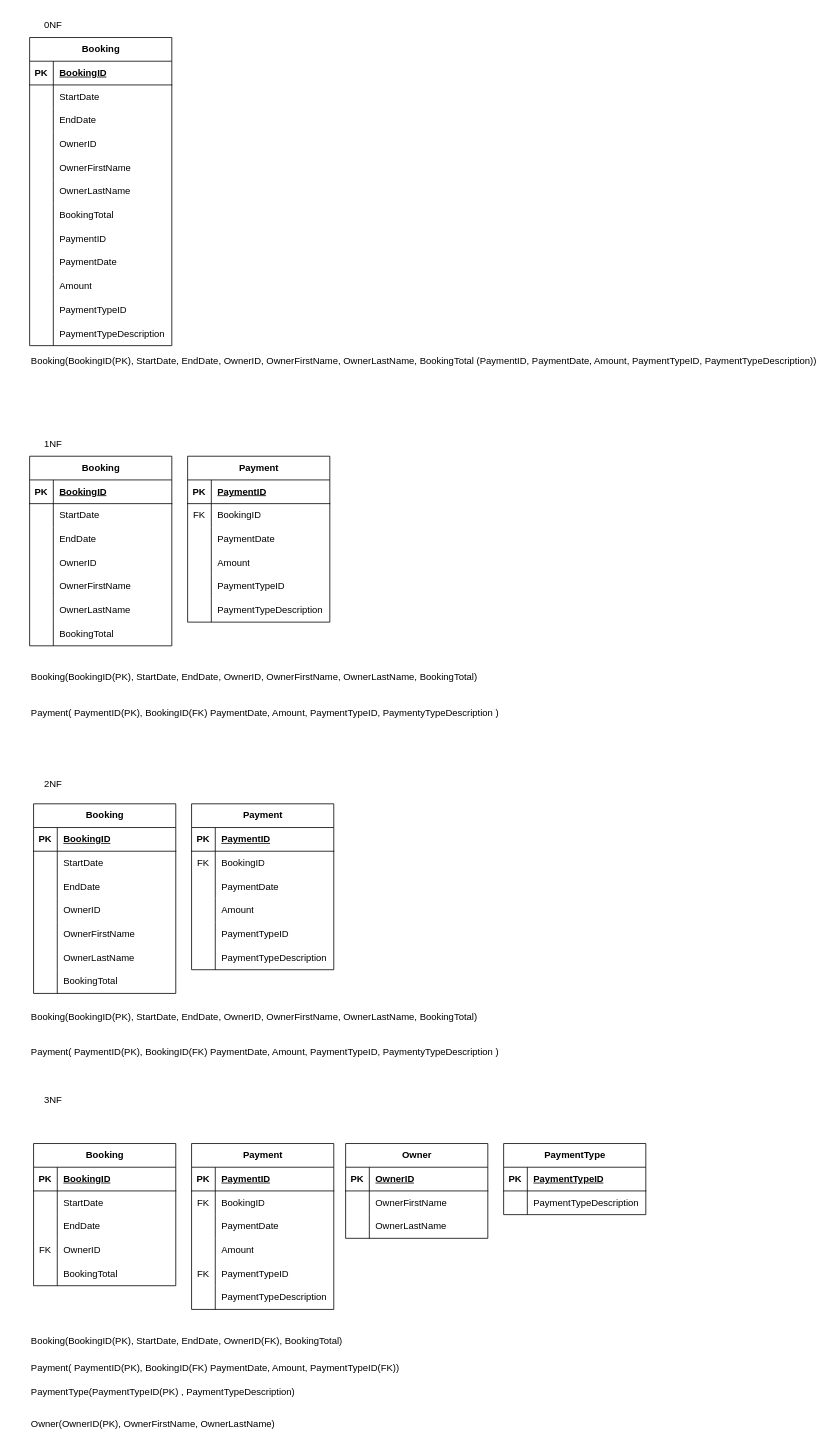
Above: Assignment 1 - DUE OCT 2/Assignment1_James_Jaffray/View1withTables.drawio in James-Jaffray/Database_Fundamentals_in_Class (draw.io), before the change. Source tidied: cells renumbered, new cells numbered last; positions are measured from the earlier drawing's top-left corner, leaving out a move shared by most shapes. Both pictures are drawn from the tidied source at 79%, with x=0, y=0 at pixel (29, 13).
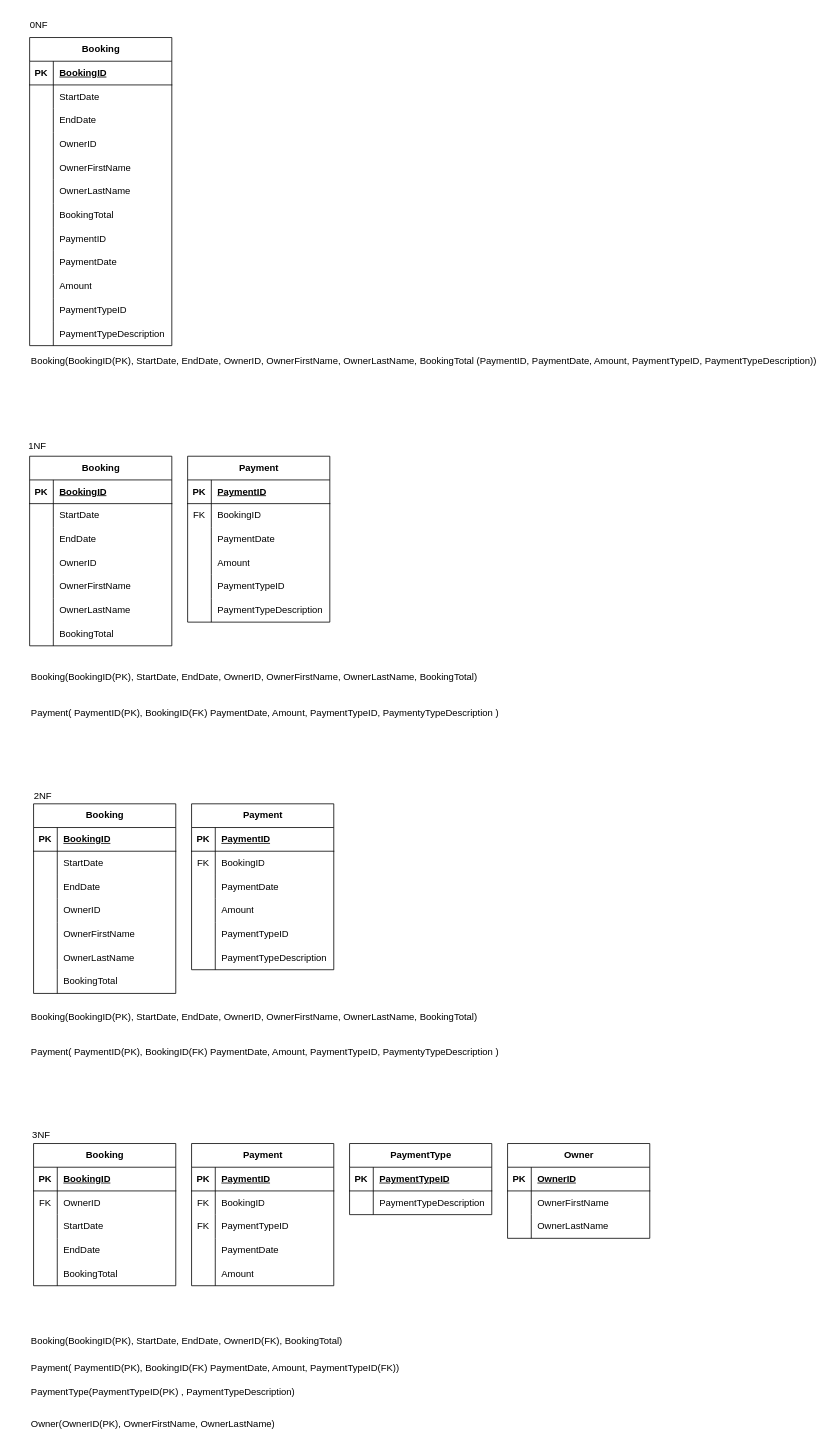
The same diagram, later.

The change refers to these unchanged cells:
```xml
<mxCell id="134" value="Booking" style="shape=table;startSize=30;childLayout=tableLayout;rowLines=0;fontStyle=1;align=center;html=1;" parent="1" vertex="1">
  <mxGeometry x="5" y="1430" width="180" height="180" as="geometry" />
</mxCell>
```

Change to the diagram source:
```diff
@@
     <mxCell id="2" value="0NF" style="text;html=1;whiteSpace=wrap;strokeColor=none;fillColor=none;align=center;verticalAlign=middle;rounded=0;" parent="1" vertex="1">
-      <mxGeometry width="60" height="30" as="geometry" />
+      <mxGeometry x="-18" width="60" height="30" as="geometry" />
     </mxCell>
@@
     <mxCell id="4" value="1NF" style="text;html=1;whiteSpace=wrap;strokeColor=none;fillColor=none;align=center;verticalAlign=middle;rounded=0;" parent="1" vertex="1">
-      <mxGeometry y="530" width="60" height="30" as="geometry" />
+      <mxGeometry x="-20" y="532" width="60" height="30" as="geometry" />
     </mxCell>
@@
     <mxCell id="7" value="2NF" style="text;html=1;whiteSpace=wrap;strokeColor=none;fillColor=none;align=center;verticalAlign=middle;rounded=0;" parent="1" vertex="1">
-      <mxGeometry y="960" width="60" height="30" as="geometry" />
+      <mxGeometry x="-13" y="975" width="60" height="30" as="geometry" />
     </mxCell>
@@
     <mxCell id="10" value="3NF" style="text;html=1;whiteSpace=wrap;strokeColor=none;fillColor=none;align=center;verticalAlign=middle;rounded=0;" parent="1" vertex="1">
-      <mxGeometry y="1360" width="60" height="30" as="geometry" />
+      <mxGeometry x="-15" y="1404" width="60" height="30" as="geometry" />
     </mxCell>
@@
+    <mxCell id="144" style="shape=tableRow;horizontal=0;startSize=0;swimlaneHead=0;swimlaneBody=0;fillColor=none;top=0;left=0;right=0;bottom=0;" parent="134" vertex="1">
+      <mxGeometry y="60" width="180" height="30" as="geometry" />
+    </mxCell>
+    <mxCell id="145" value="FK" style="shape=partialRectangle;fillColor=none;top=0;left=0;bottom=0;right=0;overflow=hidden;whiteSpace=wrap;html=1;" parent="144" vertex="1">
+      <mxGeometry width="30" height="30" as="geometry" />
+    </mxCell>
+    <mxCell id="146" value="OwnerID" style="shape=partialRectangle;fillColor=none;top=0;left=0;bottom=0;right=0;align=left;spacingLeft=6;overflow=hidden;whiteSpace=wrap;html=1;" parent="144" vertex="1">
+      <mxGeometry x="30" width="150" height="30" as="geometry" />
+    </mxCell>
     <mxCell id="138" style="shape=tableRow;horizontal=0;startSize=0;swimlaneHead=0;swimlaneBody=0;fillColor=none;top=0;left=0;right=0;bottom=0;" parent="134" vertex="1">
-      <mxGeometry y="60" width="180" height="30" as="geometry" />
+      <mxGeometry y="90" width="180" height="30" as="geometry" />
     </mxCell>
@@
     <mxCell id="141" style="shape=tableRow;horizontal=0;startSize=0;swimlaneHead=0;swimlaneBody=0;fillColor=none;top=0;left=0;right=0;bottom=0;" parent="134" vertex="1">
-      <mxGeometry y="90" width="180" height="30" as="geometry" />
+      <mxGeometry y="120" width="180" height="30" as="geometry" />
     </mxCell>
@@
-    <mxCell id="144" style="shape=tableRow;horizontal=0;startSize=0;swimlaneHead=0;swimlaneBody=0;fillColor=none;top=0;left=0;right=0;bottom=0;" parent="134" vertex="1">
-      <mxGeometry y="120" width="180" height="30" as="geometry" />
-    </mxCell>
-    <mxCell id="145" value="FK" style="shape=partialRectangle;fillColor=none;top=0;left=0;bottom=0;right=0;overflow=hidden;whiteSpace=wrap;html=1;" parent="144" vertex="1">
-      <mxGeometry width="30" height="30" as="geometry" />
-    </mxCell>
-    <mxCell id="146" value="OwnerID" style="shape=partialRectangle;fillColor=none;top=0;left=0;bottom=0;right=0;align=left;spacingLeft=6;overflow=hidden;whiteSpace=wrap;html=1;" parent="144" vertex="1">
-      <mxGeometry x="30" width="150" height="30" as="geometry" />
-    </mxCell>
@@
     <mxCell id="150" value="Payment" style="shape=table;startSize=30;childLayout=tableLayout;rowLines=0;fontStyle=1;align=center;html=1;" parent="1" vertex="1">
-      <mxGeometry x="205" y="1430" width="180" height="210" as="geometry" />
+      <mxGeometry x="205" y="1430" width="180" height="180" as="geometry" />
     </mxCell>
@@
+    <mxCell id="163" style="shape=tableRow;horizontal=0;startSize=0;swimlaneHead=0;swimlaneBody=0;fillColor=none;top=0;left=0;right=0;bottom=0;" parent="150" vertex="1">
+      <mxGeometry y="90" width="180" height="30" as="geometry" />
+    </mxCell>
+    <mxCell id="164" value="FK" style="shape=partialRectangle;fillColor=none;top=0;left=0;bottom=0;right=0;overflow=hidden;whiteSpace=wrap;html=1;" parent="163" vertex="1">
+      <mxGeometry width="30" height="30" as="geometry" />
+    </mxCell>
+    <mxCell id="165" value="PaymentTypeID" style="shape=partialRectangle;fillColor=none;top=0;left=0;bottom=0;right=0;align=left;spacingLeft=6;overflow=hidden;whiteSpace=wrap;html=1;" parent="163" vertex="1">
+      <mxGeometry x="30" width="150" height="30" as="geometry" />
+    </mxCell>
     <mxCell id="157" style="shape=tableRow;horizontal=0;startSize=0;swimlaneHead=0;swimlaneBody=0;fillColor=none;top=0;left=0;right=0;bottom=0;" parent="150" vertex="1">
-      <mxGeometry y="90" width="180" height="30" as="geometry" />
+      <mxGeometry y="120" width="180" height="30" as="geometry" />
     </mxCell>
@@
     <mxCell id="160" style="shape=tableRow;horizontal=0;startSize=0;swimlaneHead=0;swimlaneBody=0;fillColor=none;top=0;left=0;right=0;bottom=0;" parent="150" vertex="1">
-      <mxGeometry y="120" width="180" height="30" as="geometry" />
+      <mxGeometry y="150" width="180" height="30" as="geometry" />
     </mxCell>
@@
-    <mxCell id="163" style="shape=tableRow;horizontal=0;startSize=0;swimlaneHead=0;swimlaneBody=0;fillColor=none;top=0;left=0;right=0;bottom=0;" parent="150" vertex="1">
-      <mxGeometry y="150" width="180" height="30" as="geometry" />
-    </mxCell>
-    <mxCell id="164" value="FK" style="shape=partialRectangle;fillColor=none;top=0;left=0;bottom=0;right=0;overflow=hidden;whiteSpace=wrap;html=1;" parent="163" vertex="1">
-      <mxGeometry width="30" height="30" as="geometry" />
-    </mxCell>
-    <mxCell id="165" value="PaymentTypeID" style="shape=partialRectangle;fillColor=none;top=0;left=0;bottom=0;right=0;align=left;spacingLeft=6;overflow=hidden;whiteSpace=wrap;html=1;" parent="163" vertex="1">
-      <mxGeometry x="30" width="150" height="30" as="geometry" />
-    </mxCell>
-    <mxCell id="166" style="shape=tableRow;horizontal=0;startSize=0;swimlaneHead=0;swimlaneBody=0;fillColor=none;top=0;left=0;right=0;bottom=0;" parent="150" vertex="1">
-      <mxGeometry y="180" width="180" height="30" as="geometry" />
-    </mxCell>
-    <mxCell id="167" style="shape=partialRectangle;fillColor=none;top=0;left=0;bottom=0;right=0;overflow=hidden;whiteSpace=wrap;html=1;" parent="166" vertex="1">
-      <mxGeometry width="30" height="30" as="geometry" />
-    </mxCell>
-    <mxCell id="168" value="PaymentTypeDescription" style="shape=partialRectangle;fillColor=none;top=0;left=0;bottom=0;right=0;align=left;spacingLeft=6;overflow=hidden;whiteSpace=wrap;html=1;" parent="166" vertex="1">
-      <mxGeometry x="30" width="150" height="30" as="geometry" />
-    </mxCell>
     <mxCell id="169" value="Owner" style="shape=table;startSize=30;childLayout=tableLayout;rowLines=0;fontStyle=1;align=center;html=1;" parent="1" vertex="1">
-      <mxGeometry x="400" y="1430" width="180" height="120" as="geometry" />
+      <mxGeometry x="605" y="1430" width="180" height="120" as="geometry" />
     </mxCell>
@@
     <mxCell id="179" value="PaymentType" style="shape=table;startSize=30;childLayout=tableLayout;rowLines=0;fontStyle=1;align=center;html=1;" parent="1" vertex="1">
-      <mxGeometry x="600" y="1430" width="180" height="90" as="geometry" />
+      <mxGeometry x="405" y="1430" width="180" height="90" as="geometry" />
     </mxCell>
```
